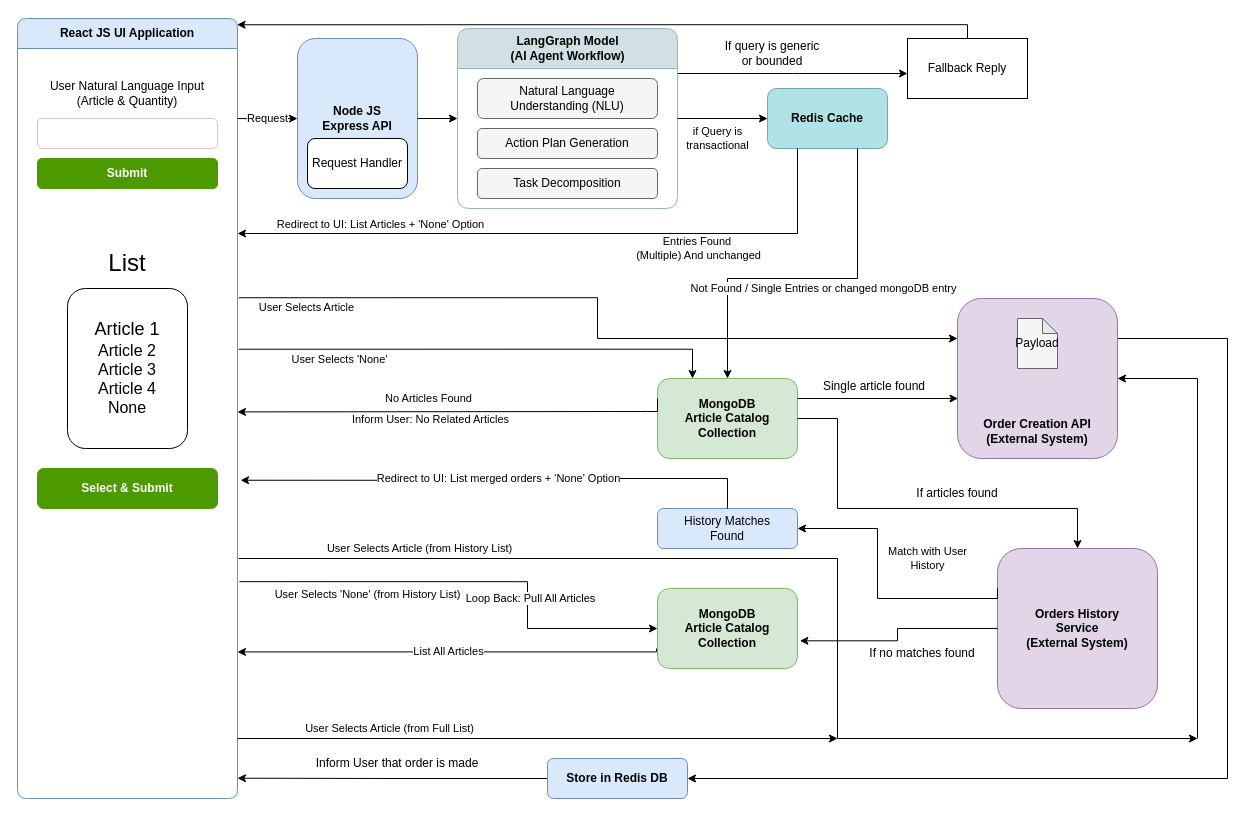
Before: LangraphPOC.drawio in Uday003/ejtos-react_budget_app, a draw.io diagram. Source tidied: cells renumbered, new cells numbered last; positions are measured from the earlier drawing's top-left corner, leaving out a move shared by most shapes. Both pictures are drawn from the tidied source at 100%, with x=0, y=0 at pixel (17, 18).
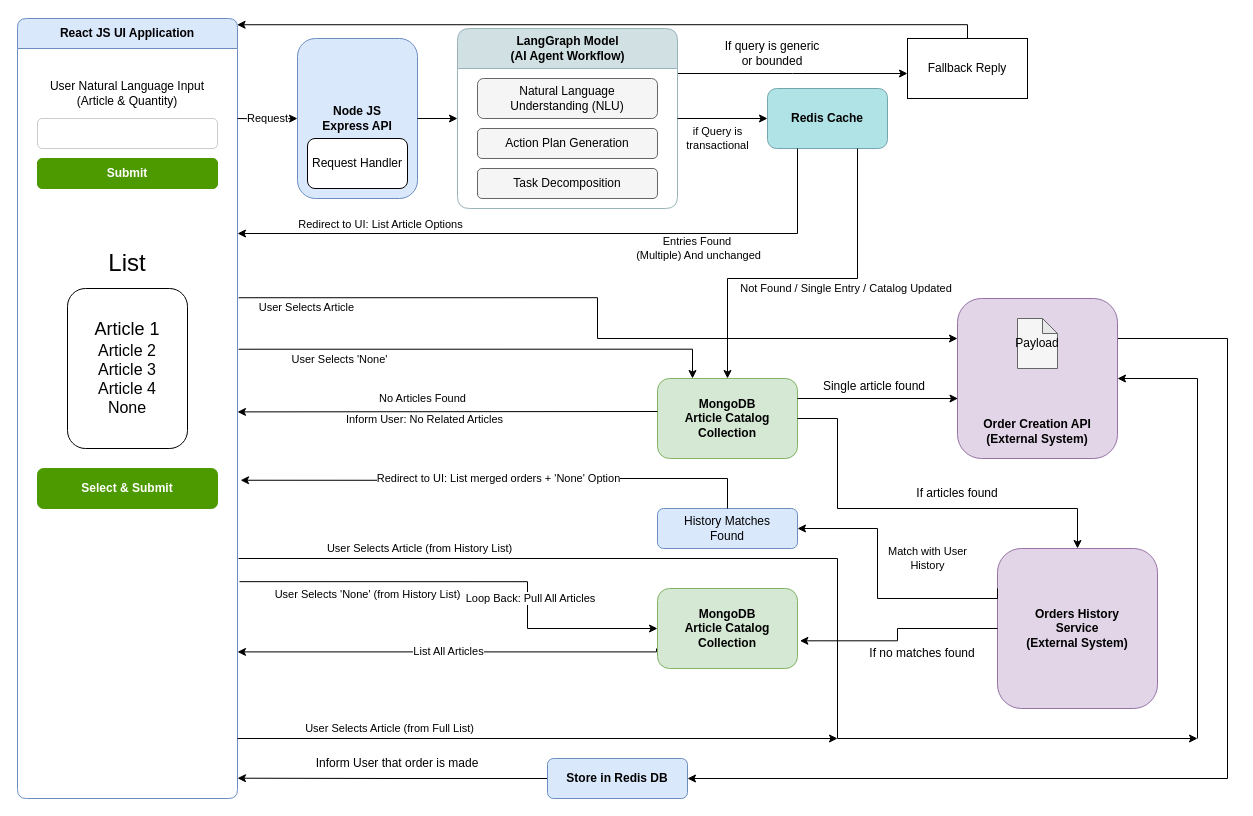
After the change.

The change refers to these unchanged cells:
```xml
<mxCell id="15" value="Redis Cache" style="rounded=1;whiteSpace=wrap;html=1;fillColor=#b0e3e6;strokeColor=#76a5af;fontStyle=1;" parent="1" vertex="1">
  <mxGeometry x="750" y="70" width="120" height="60" as="geometry" />
</mxCell>
<mxCell id="16" value="MongoDB&#10;Article Catalog&#10;Collection" style="rounded=1;whiteSpace=wrap;html=1;fillColor=#d5e8d4;strokeColor=#82b366;fontStyle=1;" parent="1" vertex="1">
  <mxGeometry x="640" y="360" width="140" height="80" as="geometry" />
</mxCell>
<mxCell id="29" value="Entries Found&amp;nbsp;&lt;br&gt;(Multiple) And unchanged" style="edgeStyle=orthogonalEdgeStyle;rounded=0;jettySize=auto;html=1;exitX=0.25;exitY=1;exitDx=0;exitDy=0;entryX=1;entryY=0.25;entryDx=0;entryDy=0;" parent="1" edge="1" source="15">
  <mxGeometry x="-0.43" y="15" relative="1" as="geometry">
    <mxPoint x="220" y="215" as="targetPoint" />
    <Array as="points">
      <mxPoint x="780" y="215" />
    </Array>
  </mxGeometry>
</mxCell>
```

The edit, as a diff of the source:
```diff
@@
-    <mxCell id="30" value="Redirect to UI: List Articles + 'None' Option" style="edgeLabel;html=1;align=center;verticalAlign=middle;" parent="29" vertex="1">
+    <mxCell id="30" value="Redirect to UI: List Article Options" style="edgeLabel;html=1;align=center;verticalAlign=middle;" parent="29" vertex="1">
       <mxGeometry x="0.2" y="1" relative="1" as="geometry">
         <mxPoint x="-116" y="-11" as="offset" />
       </mxGeometry>
     </mxCell>
-    <mxCell id="31" value="Not Found / Single Entries or changed mongoDB entry" style="edgeStyle=orthogonalEdgeStyle;rounded=0;jettySize=auto;html=1;exitX=0.75;exitY=1;exitDx=0;exitDy=0;entryX=0.5;entryY=0;entryDx=0;entryDy=0;" parent="1" edge="1" source="15" target="16">
-      <mxGeometry x="-0.09" y="10" relative="1" as="geometry">
+    <mxCell id="31" value="Not Found / Single Entry / Catalog Updated&amp;nbsp;" style="edgeStyle=orthogonalEdgeStyle;rounded=0;jettySize=auto;html=1;exitX=0.75;exitY=1;exitDx=0;exitDy=0;entryX=0.5;entryY=0;entryDx=0;entryDy=0;" parent="1" edge="1" source="15" target="16">
+      <mxGeometry x="-0.22" y="10" relative="1" as="geometry">
         <Array as="points">
           <mxPoint x="840" y="260" />
           <mxPoint x="710" y="260" />
         </Array>
       </mxGeometry>
     </mxCell>
@@
-    <mxCell id="34" value="No Articles Found" style="edgeStyle=orthogonalEdgeStyle;rounded=0;jettySize=auto;html=1;exitX=0;exitY=0.25;exitDx=0;exitDy=0;entryX=1.009;entryY=0.496;entryDx=0;entryDy=0;entryPerimeter=0;" parent="1" edge="1" source="16">
+    <mxCell id="34" value="No Articles Found" style="edgeStyle=orthogonalEdgeStyle;rounded=0;orthogonalLoop=1;jettySize=auto;html=1;entryX=1.009;entryY=0.496;entryDx=0;entryDy=0;entryPerimeter=0;" parent="1" edge="1">
       <mxGeometry x="0.12" y="-13" relative="1" as="geometry">
+        <mxPoint x="640" y="393" as="sourcePoint" />
         <mxPoint x="220" y="393.4" as="targetPoint" />
         <Array as="points">
           <mxPoint x="640" y="393" />
           <mxPoint x="630" y="393" />
         </Array>
       </mxGeometry>
     </mxCell>
```
